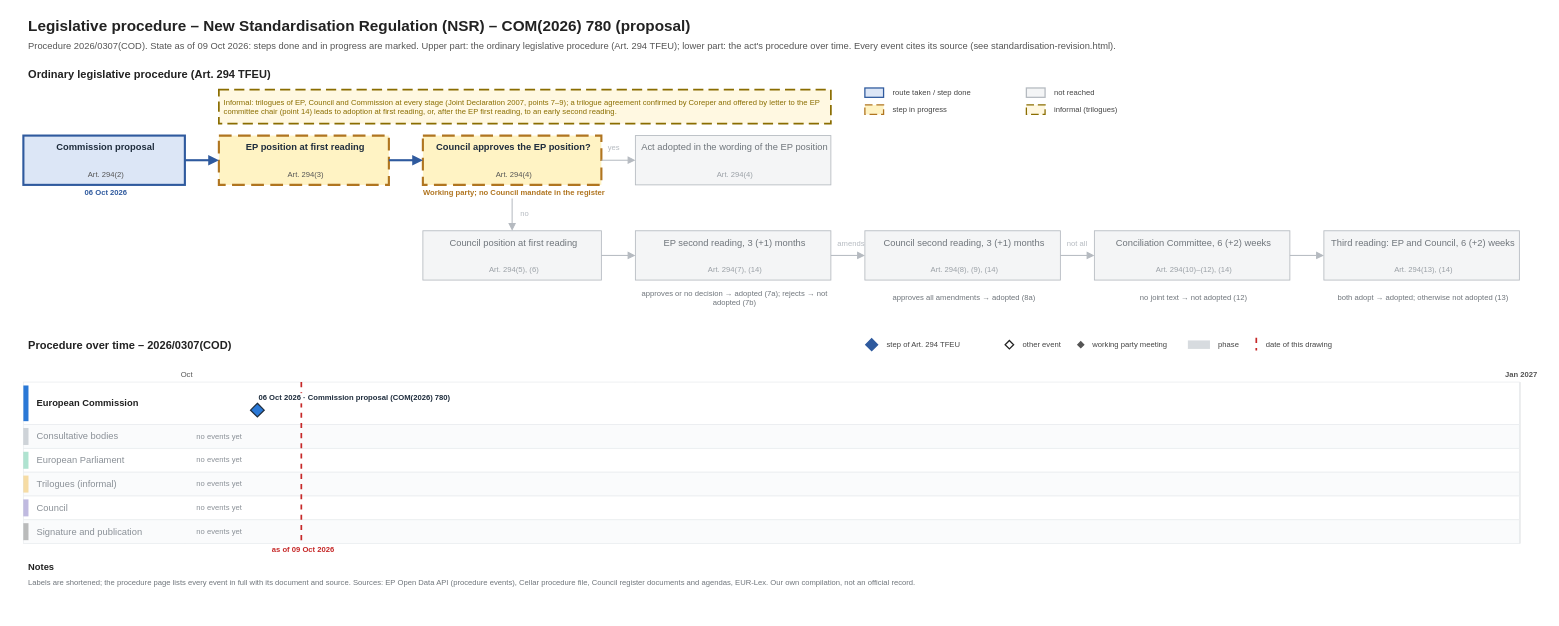
This is procedures/standardisation-revision.drawio from git-z0man/eu-regulation-timeline, a draw.io file, before an edit. Source tidied: cells renumbered, new cells numbered last; positions are measured from the earlier drawing's top-left corner, leaving out a move shared by most shapes. Both pictures are drawn from the tidied source at 85%, with x=0, y=0 at pixel (14, 14).
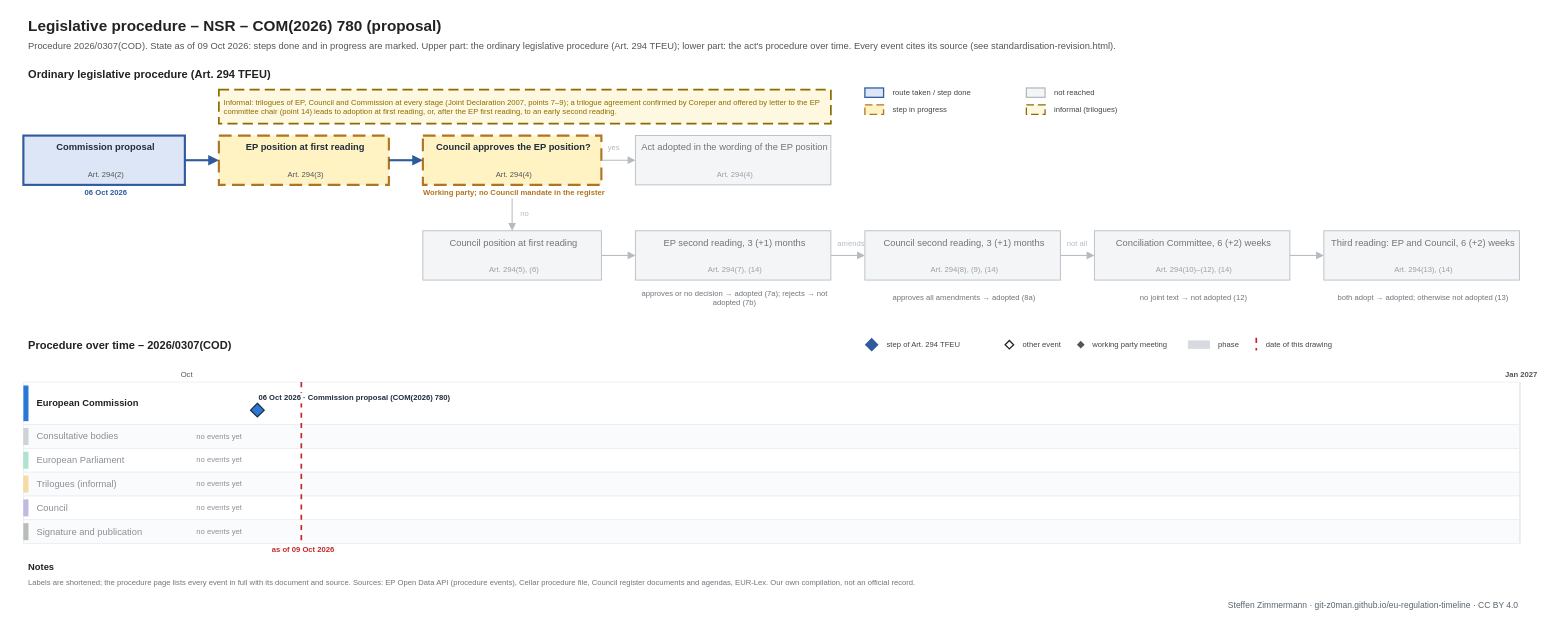
The same page after the edit.

Diff of the diagram source:
```diff
@@
-    <mxCell id="2" value="Legislative procedure – New Standardisation Regulation (NSR) – COM(2026) 780 (proposal)" style="text;html=1;fontSize=18;fontColor=#222222;align=left;verticalAlign=middle;spacingLeft=4;fontStyle=1;" parent="1" vertex="1">
+    <mxCell id="2" value="Legislative procedure – NSR – COM(2026) 780 (proposal)" style="text;html=1;fontSize=18;fontColor=#222222;align=left;verticalAlign=middle;spacingLeft=4;fontStyle=1;" parent="1" vertex="1">
       <mxGeometry x="10" width="1600" height="28" as="geometry" />
     </mxCell>
@@
+    <mxCell id="106" value="Steffen Zimmermann · git-z0man.github.io/eu-regulation-timeline · CC BY 4.0" style="text;html=1;fontSize=10;fontColor=#5b646b;align=right;verticalAlign=middle;spacingLeft=4;" parent="1" vertex="1">
+      <mxGeometry x="10" y="686" width="1760" height="16" as="geometry" />
+    </mxCell>
```
